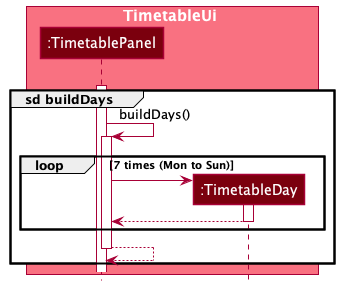
This is docs/images/TimetableUiDaySequenceDiagram.png from softmagnet/tp, a PlantUML export, as it was before one commit. Its diagram source:
```plantuml
@startuml
!include style.puml


box TimetableUi MODEL_COLOR_T1
participant ":TimetablePanel" as TimetablePanel MODEL_COLOR_T3
participant ":TimetableDay" as TimetableDay MODEL_COLOR_T3
end box


create TimetablePanel
[-[hidden]-> TimetablePanel
activate TimetablePanel

group sd buildDays
TimetablePanel -> TimetablePanel : buildDays()
activate TimetablePanel

loop 7 times (Mon to Sun)
create TimetableDay
TimetablePanel -> TimetableDay
activate TimetableDay
TimetableDay --> TimetablePanel
deactivate TimetableDay
end


TimetablePanel --> TimetablePanel
deactivate TimetablePanel
end


@enduml
```
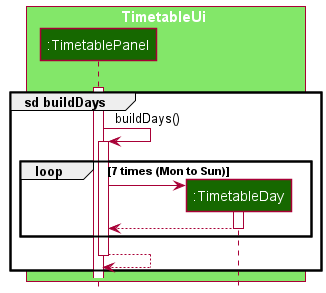
After the commit.

What changed in the source:
```diff
@@ -2,9 +2,9 @@
 !include style.puml
 
 
-box TimetableUi MODEL_COLOR_T1
-participant ":TimetablePanel" as TimetablePanel MODEL_COLOR_T3
-participant ":TimetableDay" as TimetableDay MODEL_COLOR_T3
+box TimetableUi UI_COLOR_T1
+participant ":TimetablePanel" as TimetablePanel UI_COLOR_T3
+participant ":TimetableDay" as TimetableDay UI_COLOR_T3
 end box
 
 
```
